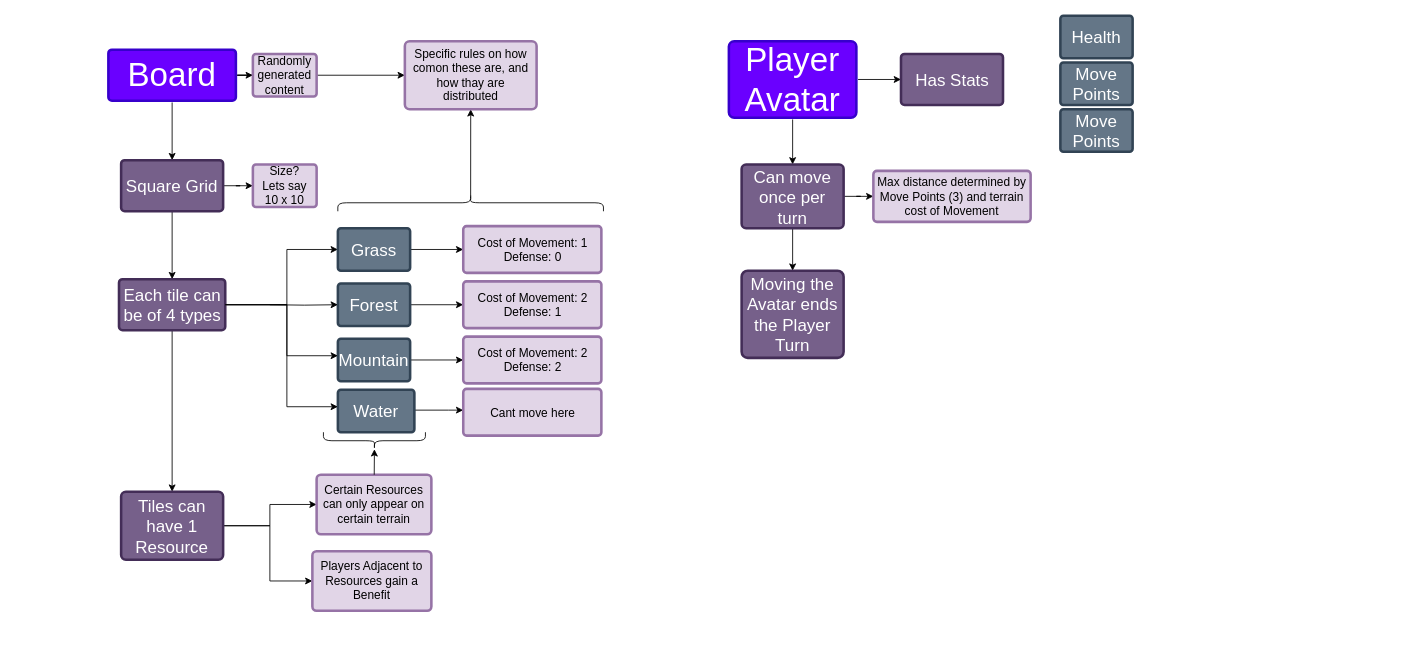
Above: Game Elements Diagram.drawio in Valentino-02/board-game-client (draw.io), before the change. Source tidied: cells renumbered, new cells numbered last; positions are measured from the earlier drawing's top-left corner, leaving out a move shared by most shapes. Both pictures are drawn from the tidied source at 85%, with x=0, y=0 at pixel (108, 15).
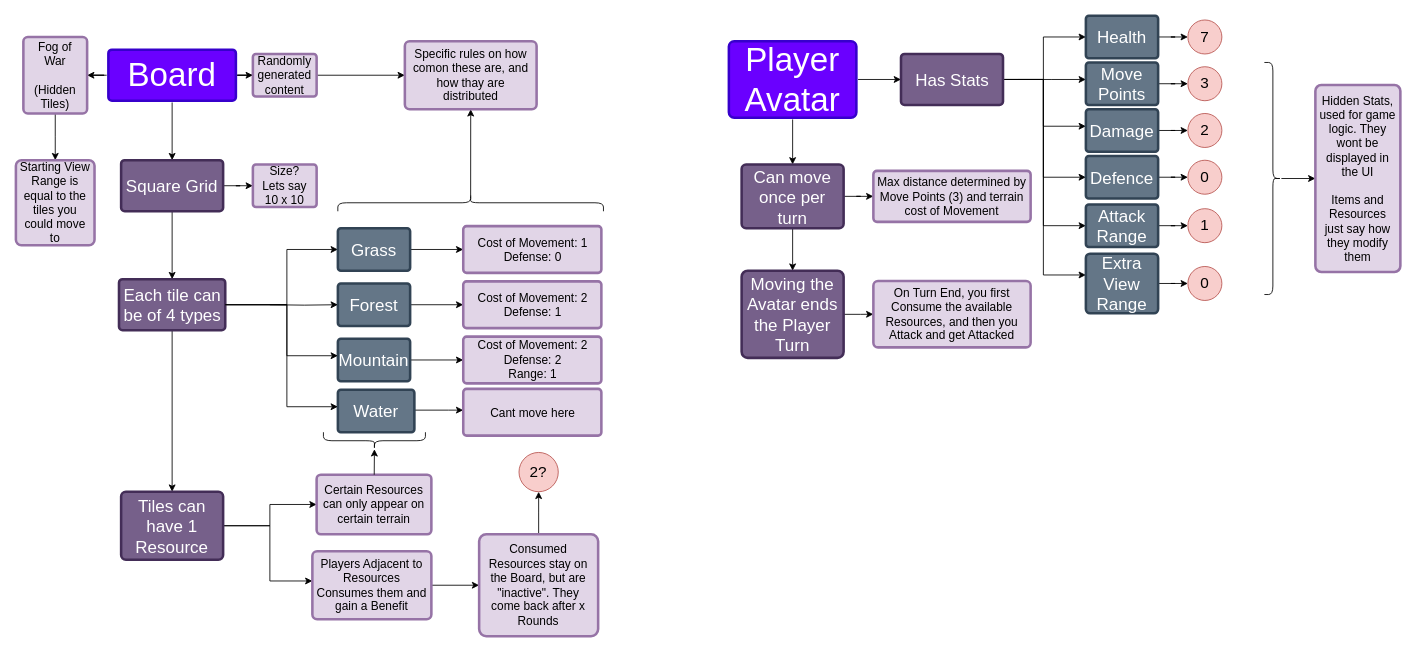
After the change.

The change refers to these unchanged cells:
```xml
<mxCell id="4" value="&lt;font style=&quot;font-size: 39px;&quot;&gt;Board&lt;/font&gt;" style="rounded=1;whiteSpace=wrap;html=1;shadow=0;labelBackgroundColor=none;strokeColor=#3700CC;strokeWidth=3;fillColor=#6a00ff;fontFamily=Helvetica;fontSize=14;align=center;spacing=5;arcSize=7;perimeterSpacing=2;fontColor=#ffffff;" parent="1" vertex="1">
  <mxGeometry y="40" width="150" height="60" as="geometry" />
</mxCell>
<mxCell id="46" value="Moving the Avatar ends the Player Turn" style="whiteSpace=wrap;html=1;fontSize=20;fillColor=#76608a;strokeColor=#432D57;fontColor=#ffffff;rounded=1;shadow=0;labelBackgroundColor=none;strokeWidth=3;spacing=5;arcSize=7;" parent="1" vertex="1">
  <mxGeometry x="745" y="300" width="120" height="102.5" as="geometry" />
</mxCell>
<mxCell id="47" value="Has Stats" style="whiteSpace=wrap;html=1;fontSize=20;fillColor=#76608a;strokeColor=#432D57;fontColor=#ffffff;rounded=1;shadow=0;labelBackgroundColor=none;strokeWidth=3;spacing=5;arcSize=7;" parent="1" vertex="1">
  <mxGeometry x="932.5" y="45" width="120" height="60" as="geometry" />
</mxCell>
```

Diff of the diagram source:
```diff
@@
+    <mxCell id="51" style="edgeStyle=orthogonalEdgeStyle;rounded=0;jettySize=auto;html=1;" parent="1" edge="1" source="4" target="71">
+      <mxGeometry relative="1" as="geometry" />
+    </mxCell>
@@
-    <mxCell id="27" value="&lt;div&gt;Cost of Movement: 2&lt;br&gt;&lt;/div&gt;&lt;div&gt;Defense: 2&lt;br&gt;&lt;/div&gt;" style="whiteSpace=wrap;html=1;fontSize=14;fillColor=#e1d5e7;strokeColor=#9673a6;fontColor=default;rounded=1;shadow=0;labelBackgroundColor=none;strokeWidth=3;spacing=5;arcSize=7;" parent="1" vertex="1">
+    <mxCell id="27" value="&lt;div&gt;Cost of Movement: 2&lt;br&gt;&lt;/div&gt;&lt;div&gt;Defense: 2&lt;/div&gt;&lt;div&gt;Range: 1&lt;br&gt;&lt;/div&gt;" style="whiteSpace=wrap;html=1;fontSize=14;fillColor=#e1d5e7;strokeColor=#9673a6;fontColor=default;rounded=1;shadow=0;labelBackgroundColor=none;strokeWidth=3;spacing=5;arcSize=7;" parent="1" vertex="1">
       <mxGeometry x="417.5" y="377.5" width="162.5" height="55" as="geometry" />
     </mxCell>
@@
+    <mxCell id="52" style="edgeStyle=orthogonalEdgeStyle;rounded=0;jettySize=auto;html=1;" parent="1" edge="1" source="36" target="83">
+      <mxGeometry relative="1" as="geometry" />
+    </mxCell>
-    <mxCell id="36" value="Players Adjacent to Resources gain a Benefit" style="whiteSpace=wrap;html=1;fontSize=14;fillColor=#e1d5e7;strokeColor=#9673a6;fontColor=default;rounded=1;shadow=0;labelBackgroundColor=none;strokeWidth=3;spacing=5;arcSize=7;" parent="1" vertex="1">
-      <mxGeometry x="240" y="630" width="140" height="70" as="geometry" />
+    <mxCell id="36" value="Players Adjacent to Resources Consumes them and gain a Benefit" style="whiteSpace=wrap;html=1;fontSize=14;fillColor=#e1d5e7;strokeColor=#9673a6;fontColor=default;rounded=1;shadow=0;labelBackgroundColor=none;strokeWidth=3;spacing=5;arcSize=7;" parent="1" vertex="1">
+      <mxGeometry x="240" y="630" width="140" height="80" as="geometry" />
     </mxCell>
@@
+    <mxCell id="53" style="edgeStyle=orthogonalEdgeStyle;rounded=0;jettySize=auto;html=1;" parent="1" edge="1" source="46" target="81">
+      <mxGeometry relative="1" as="geometry" />
+    </mxCell>
@@
+    <mxCell id="54" style="edgeStyle=orthogonalEdgeStyle;rounded=0;jettySize=auto;html=1;" parent="1" edge="1" source="47" target="48">
+      <mxGeometry relative="1" as="geometry">
+        <Array as="points">
+          <mxPoint x="1100" y="75" />
+          <mxPoint x="1100" y="25" />
+        </Array>
+      </mxGeometry>
+    </mxCell>
+    <mxCell id="55" style="edgeStyle=orthogonalEdgeStyle;rounded=0;jettySize=auto;html=1;" parent="1" edge="1" source="47" target="49">
+      <mxGeometry relative="1" as="geometry">
+        <Array as="points">
+          <mxPoint x="1110" y="75" />
+          <mxPoint x="1110" y="75" />
+        </Array>
+      </mxGeometry>
+    </mxCell>
+    <mxCell id="56" style="edgeStyle=orthogonalEdgeStyle;rounded=0;jettySize=auto;html=1;" parent="1" edge="1" target="50">
+      <mxGeometry relative="1" as="geometry">
+        <mxPoint x="1070" y="75" as="sourcePoint" />
+        <Array as="points">
+          <mxPoint x="1100" y="75" />
+          <mxPoint x="1100" y="130" />
+        </Array>
+      </mxGeometry>
+    </mxCell>
+    <mxCell id="57" style="edgeStyle=orthogonalEdgeStyle;rounded=0;jettySize=auto;html=1;entryX=0;entryY=0.5;entryDx=0;entryDy=0;" parent="1" edge="1" source="47" target="64">
+      <mxGeometry relative="1" as="geometry">
+        <Array as="points">
+          <mxPoint x="1100" y="75" />
+          <mxPoint x="1100" y="190" />
+        </Array>
+      </mxGeometry>
+    </mxCell>
+    <mxCell id="58" style="edgeStyle=orthogonalEdgeStyle;rounded=0;jettySize=auto;html=1;entryX=0;entryY=0.5;entryDx=0;entryDy=0;" parent="1" edge="1" source="47" target="66">
+      <mxGeometry relative="1" as="geometry">
+        <Array as="points">
+          <mxPoint x="1100" y="75" />
+          <mxPoint x="1100" y="247" />
+        </Array>
+      </mxGeometry>
+    </mxCell>
+    <mxCell id="59" style="edgeStyle=orthogonalEdgeStyle;rounded=0;jettySize=auto;html=1;" parent="1" edge="1" source="47" target="73">
+      <mxGeometry relative="1" as="geometry">
+        <Array as="points">
+          <mxPoint x="1100" y="75" />
+          <mxPoint x="1100" y="305" />
+        </Array>
+      </mxGeometry>
+    </mxCell>
@@
+    <mxCell id="60" style="edgeStyle=orthogonalEdgeStyle;rounded=0;jettySize=auto;html=1;" parent="1" edge="1" source="48" target="74">
+      <mxGeometry relative="1" as="geometry" />
+    </mxCell>
     <mxCell id="48" value="Health" style="whiteSpace=wrap;html=1;fontSize=20;fillColor=#647687;strokeColor=#314354;fontColor=#ffffff;rounded=1;shadow=0;labelBackgroundColor=none;strokeWidth=3;spacing=5;arcSize=7;" parent="1" vertex="1">
-      <mxGeometry x="1120" width="85" height="50" as="geometry" />
+      <mxGeometry x="1150" width="85" height="50" as="geometry" />
     </mxCell>
+    <mxCell id="61" style="edgeStyle=orthogonalEdgeStyle;rounded=0;jettySize=auto;html=1;" parent="1" edge="1" source="49" target="75">
+      <mxGeometry relative="1" as="geometry" />
+    </mxCell>
     <mxCell id="49" value="Move Points" style="whiteSpace=wrap;html=1;fontSize=20;fillColor=#647687;strokeColor=#314354;fontColor=#ffffff;rounded=1;shadow=0;labelBackgroundColor=none;strokeWidth=3;spacing=5;arcSize=7;" parent="1" vertex="1">
-      <mxGeometry x="1120" y="55" width="85" height="50" as="geometry" />
+      <mxGeometry x="1150" y="55" width="85" height="50" as="geometry" />
     </mxCell>
+    <mxCell id="62" style="edgeStyle=orthogonalEdgeStyle;rounded=0;jettySize=auto;html=1;entryX=0;entryY=0.5;entryDx=0;entryDy=0;" parent="1" edge="1" source="50" target="76">
+      <mxGeometry relative="1" as="geometry" />
+    </mxCell>
-    <mxCell id="50" value="Move Points" style="whiteSpace=wrap;html=1;fontSize=20;fillColor=#647687;strokeColor=#314354;fontColor=#ffffff;rounded=1;shadow=0;labelBackgroundColor=none;strokeWidth=3;spacing=5;arcSize=7;" parent="1" vertex="1">
-      <mxGeometry x="1120" y="110" width="85" height="50" as="geometry" />
+    <mxCell id="50" value="Damage" style="whiteSpace=wrap;html=1;fontSize=20;fillColor=#647687;strokeColor=#314354;fontColor=#ffffff;rounded=1;shadow=0;labelBackgroundColor=none;strokeWidth=3;spacing=5;arcSize=7;" parent="1" vertex="1">
+      <mxGeometry x="1150" y="110" width="85" height="50" as="geometry" />
     </mxCell>
+    <mxCell id="63" style="edgeStyle=orthogonalEdgeStyle;rounded=0;jettySize=auto;html=1;" parent="1" edge="1" source="64" target="77">
+      <mxGeometry relative="1" as="geometry" />
+    </mxCell>
+    <mxCell id="64" value="Defence" style="whiteSpace=wrap;html=1;fontSize=20;fillColor=#647687;strokeColor=#314354;fontColor=#ffffff;rounded=1;shadow=0;labelBackgroundColor=none;strokeWidth=3;spacing=5;arcSize=7;" parent="1" vertex="1">
+      <mxGeometry x="1150" y="165" width="85" height="50" as="geometry" />
+    </mxCell>
+    <mxCell id="65" style="edgeStyle=orthogonalEdgeStyle;rounded=0;jettySize=auto;html=1;" parent="1" edge="1" source="66" target="78">
+      <mxGeometry relative="1" as="geometry" />
+    </mxCell>
+    <mxCell id="66" value="&lt;div&gt;Attack&lt;br&gt;&lt;/div&gt;&lt;div&gt;Range&lt;/div&gt;" style="whiteSpace=wrap;html=1;fontSize=20;fillColor=#647687;strokeColor=#314354;fontColor=#ffffff;rounded=1;shadow=0;labelBackgroundColor=none;strokeWidth=3;spacing=5;arcSize=7;" parent="1" vertex="1">
+      <mxGeometry x="1150" y="222" width="85" height="50" as="geometry" />
+    </mxCell>
+    <mxCell id="67" style="edgeStyle=orthogonalEdgeStyle;rounded=0;jettySize=auto;html=1;" parent="1" edge="1" source="68" target="69">
+      <mxGeometry relative="1" as="geometry" />
+    </mxCell>
+    <mxCell id="68" style="shape=curlyBracket;whiteSpace=wrap;html=1;rounded=1;flipH=1;labelPosition=right;verticalLabelPosition=middle;align=left;verticalAlign=middle;" parent="1" vertex="1">
+      <mxGeometry x="1360" y="55" width="20" height="273" as="geometry" />
+    </mxCell>
+    <mxCell id="69" value="&lt;div&gt;Hidden Stats, used for game logic. They wont be displayed in the UI&lt;br&gt;&lt;/div&gt;&lt;div&gt;&lt;br&gt;&lt;/div&gt;&lt;div&gt;Items and Resources just say how they modify them&lt;br&gt;&lt;/div&gt;" style="whiteSpace=wrap;html=1;fontSize=14;fillColor=#e1d5e7;strokeColor=#9673a6;fontColor=default;rounded=1;shadow=0;labelBackgroundColor=none;strokeWidth=3;spacing=5;arcSize=7;" parent="1" vertex="1">
+      <mxGeometry x="1420" y="81.5" width="100" height="220" as="geometry" />
+    </mxCell>
+    <mxCell id="70" style="edgeStyle=orthogonalEdgeStyle;rounded=0;jettySize=auto;html=1;" parent="1" edge="1" source="71" target="80">
+      <mxGeometry relative="1" as="geometry" />
+    </mxCell>
+    <mxCell id="71" value="Fog of War&lt;br&gt;&lt;br&gt;(Hidden Tiles)" style="whiteSpace=wrap;html=1;fontSize=14;fillColor=#e1d5e7;strokeColor=#9673a6;rounded=1;shadow=0;labelBackgroundColor=none;strokeWidth=3;spacing=5;arcSize=7;" parent="1" vertex="1">
+      <mxGeometry x="-100" y="25" width="75" height="90" as="geometry" />
+    </mxCell>
+    <mxCell id="72" style="edgeStyle=orthogonalEdgeStyle;rounded=0;jettySize=auto;html=1;" parent="1" edge="1" source="73" target="79">
+      <mxGeometry relative="1" as="geometry" />
+    </mxCell>
+    <mxCell id="73" value="Extra View Range" style="whiteSpace=wrap;html=1;fontSize=20;fillColor=#647687;strokeColor=#314354;fontColor=#ffffff;rounded=1;shadow=0;labelBackgroundColor=none;strokeWidth=3;spacing=5;arcSize=7;" parent="1" vertex="1">
+      <mxGeometry x="1150" y="280" width="85" height="70" as="geometry" />
+    </mxCell>
+    <mxCell id="74" value="7" style="ellipse;whiteSpace=wrap;html=1;fillColor=#f8cecc;strokeColor=#b85450;fontSize=18;" parent="1" vertex="1">
+      <mxGeometry x="1270" y="5" width="40" height="40" as="geometry" />
+    </mxCell>
+    <mxCell id="75" value="3" style="ellipse;whiteSpace=wrap;html=1;fillColor=#f8cecc;strokeColor=#b85450;fontSize=18;" parent="1" vertex="1">
+      <mxGeometry x="1270" y="60" width="40" height="40" as="geometry" />
+    </mxCell>
+    <mxCell id="76" value="2" style="ellipse;whiteSpace=wrap;html=1;fillColor=#f8cecc;strokeColor=#b85450;fontSize=18;" parent="1" vertex="1">
+      <mxGeometry x="1270" y="115" width="40" height="40" as="geometry" />
+    </mxCell>
+    <mxCell id="77" value="0" style="ellipse;whiteSpace=wrap;html=1;fillColor=#f8cecc;strokeColor=#b85450;fontSize=18;" parent="1" vertex="1">
+      <mxGeometry x="1270" y="170" width="40" height="40" as="geometry" />
+    </mxCell>
+    <mxCell id="78" value="1" style="ellipse;whiteSpace=wrap;html=1;fillColor=#f8cecc;strokeColor=#b85450;fontSize=18;" parent="1" vertex="1">
+      <mxGeometry x="1270" y="227" width="40" height="40" as="geometry" />
+    </mxCell>
+    <mxCell id="79" value="0" style="ellipse;whiteSpace=wrap;html=1;fillColor=#f8cecc;strokeColor=#b85450;fontSize=18;" parent="1" vertex="1">
+      <mxGeometry x="1270" y="295" width="40" height="40" as="geometry" />
+    </mxCell>
+    <mxCell id="80" value="Starting View Range is equal to the tiles you could move to" style="whiteSpace=wrap;html=1;fontSize=14;fillColor=#e1d5e7;strokeColor=#9673a6;rounded=1;shadow=0;labelBackgroundColor=none;strokeWidth=3;spacing=5;arcSize=7;" parent="1" vertex="1">
+      <mxGeometry x="-108.8" y="170" width="92.5" height="100" as="geometry" />
+    </mxCell>
+    <mxCell id="81" value="On Turn End, you first Consume the available Resources, and then you Attack and get Attacked" style="whiteSpace=wrap;html=1;fontSize=14;fillColor=#e1d5e7;strokeColor=#9673a6;fontColor=default;rounded=1;shadow=0;labelBackgroundColor=none;strokeWidth=3;spacing=5;arcSize=7;" parent="1" vertex="1">
+      <mxGeometry x="900" y="312.2" width="185" height="78" as="geometry" />
+    </mxCell>
+    <mxCell id="82" style="edgeStyle=orthogonalEdgeStyle;rounded=0;jettySize=auto;html=1;" parent="1" edge="1" source="83" target="84">
+      <mxGeometry relative="1" as="geometry" />
+    </mxCell>
+    <mxCell id="83" value="Consumed Resources stay on the Board, but are &quot;inactive&quot;. They come back after x Rounds" style="whiteSpace=wrap;html=1;fontSize=14;fillColor=#e1d5e7;strokeColor=#9673a6;fontColor=default;rounded=1;shadow=0;labelBackgroundColor=none;strokeWidth=3;spacing=5;arcSize=7;" parent="1" vertex="1">
+      <mxGeometry x="436.2" y="610" width="140" height="120" as="geometry" />
+    </mxCell>
+    <mxCell id="84" value="2?" style="ellipse;whiteSpace=wrap;html=1;fillColor=#f8cecc;strokeColor=#b85450;fontSize=18;" parent="1" vertex="1">
+      <mxGeometry x="483.1" y="513.8" width="46.2" height="46.2" as="geometry" />
+    </mxCell>
```
